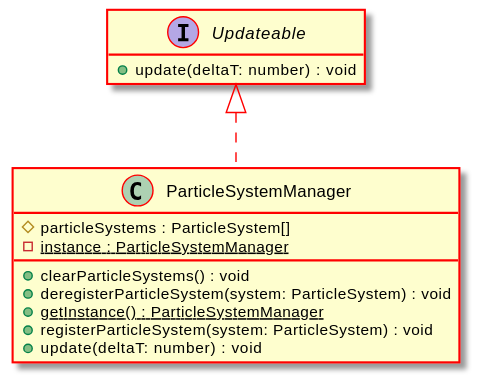
Above: docs/api/assets/ParticleSystemManager-umlClassDiagram-5468.svg in Test123938/Test2 (PlantUML), before the change.
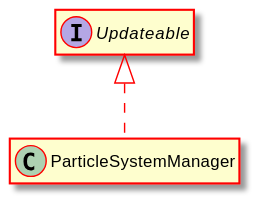
After the change.

The edit, as a diff of the source:
```diff
@@ -5,16 +5,8 @@
 hide empty methods
 hide empty fields
 class "ParticleSystemManager" {
-    #particleSystems : ParticleSystem[]
-    {static} -instance : ParticleSystemManager
-    +clearParticleSystems() : void
-    +deregisterParticleSystem(system: ParticleSystem) : void
-    {static} +getInstance() : ParticleSystemManager
-    +registerParticleSystem(system: ParticleSystem) : void
-    +update(deltaT: number) : void
 }
 interface "Updateable" {
-    +update(deltaT: number) : void
 }
 "Updateable" <|.. "ParticleSystemManager"
 @enduml
```
